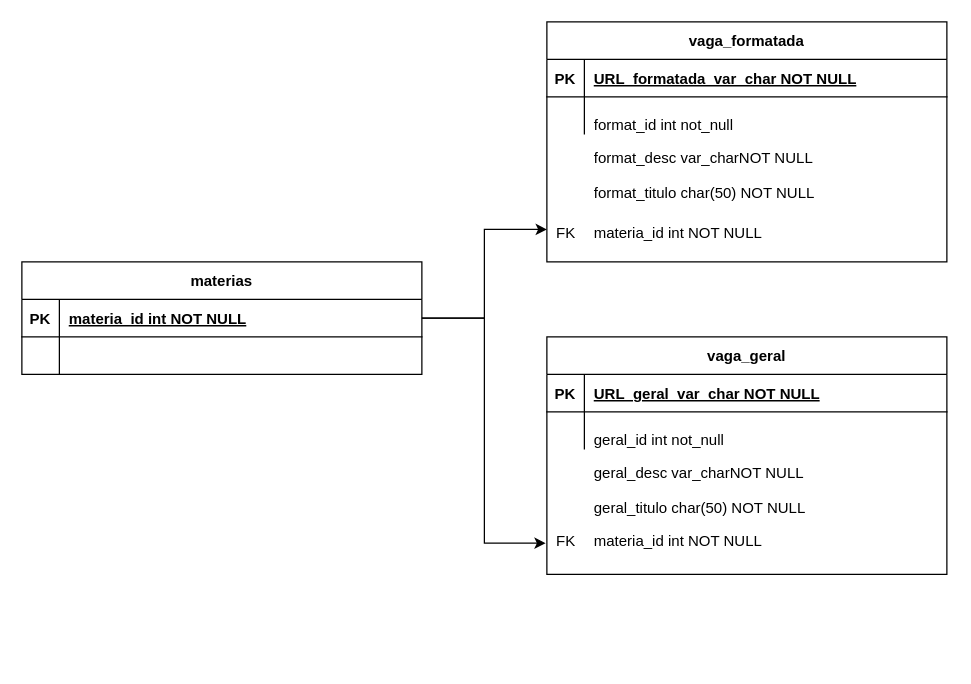
Before: page "MER" (1 of 3) of diagram/MER.drawio in YuriQueriquelli/fatec_tg, a draw.io diagram. Source tidied: cells renumbered, new cells numbered last; positions are measured from the earlier drawing's top-left corner, leaving out a move shared by most shapes. Both pictures are drawn from the tidied source at 125%, with x=0, y=0 at pixel (21, 21).
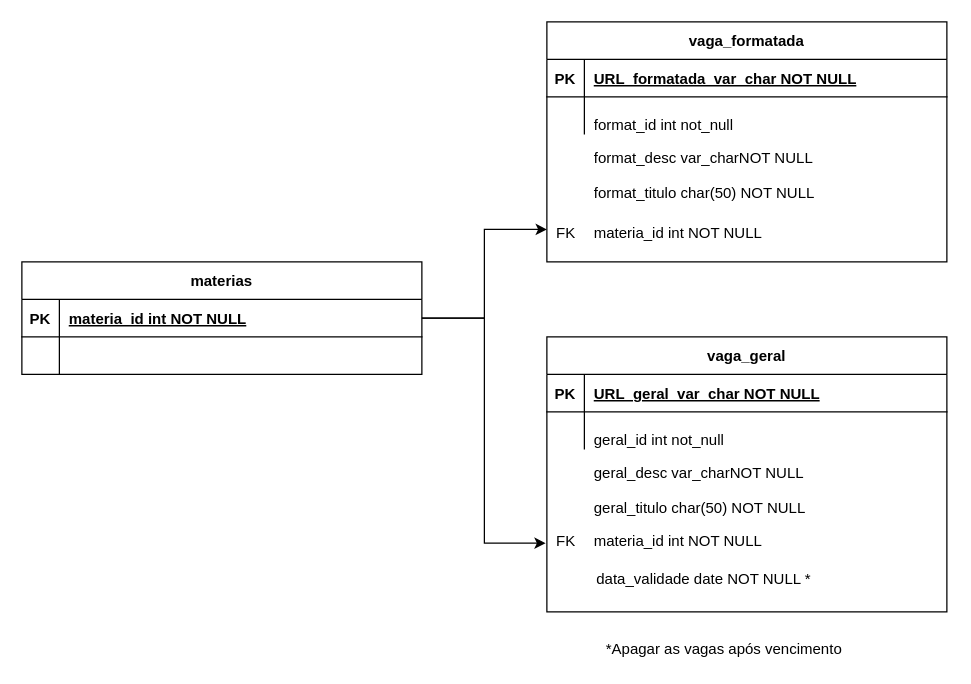
After the change.

Diff of the diagram source:
```diff
@@
     <mxCell id="2" value="vaga_geral" style="shape=table;startSize=30;childLayout=tableLayout;rowLines=0;fontStyle=1;align=center;" parent="1" vertex="1">
-      <mxGeometry x="420" y="252" width="320" height="190" as="geometry" />
+      <mxGeometry x="420" y="252" width="320" height="220" as="geometry" />
     </mxCell>
@@
+    <mxCell id="35" value="data_validade date NOT NULL *" style="shape=partialRectangle;overflow=hidden;fillColor=none;top=0;left=0;bottom=0;right=0;align=left;spacingLeft=6;" parent="1" vertex="1">
+      <mxGeometry x="452" y="430" width="290" height="30" as="geometry" />
+    </mxCell>
+    <mxCell id="36" value="*Apagar as vagas após vencimento" style="text;html=1;strokeColor=none;fillColor=none;align=center;verticalAlign=middle;whiteSpace=wrap;rounded=0;" parent="1" vertex="1">
+      <mxGeometry x="452" y="492" width="220" height="20" as="geometry" />
+    </mxCell>
```
